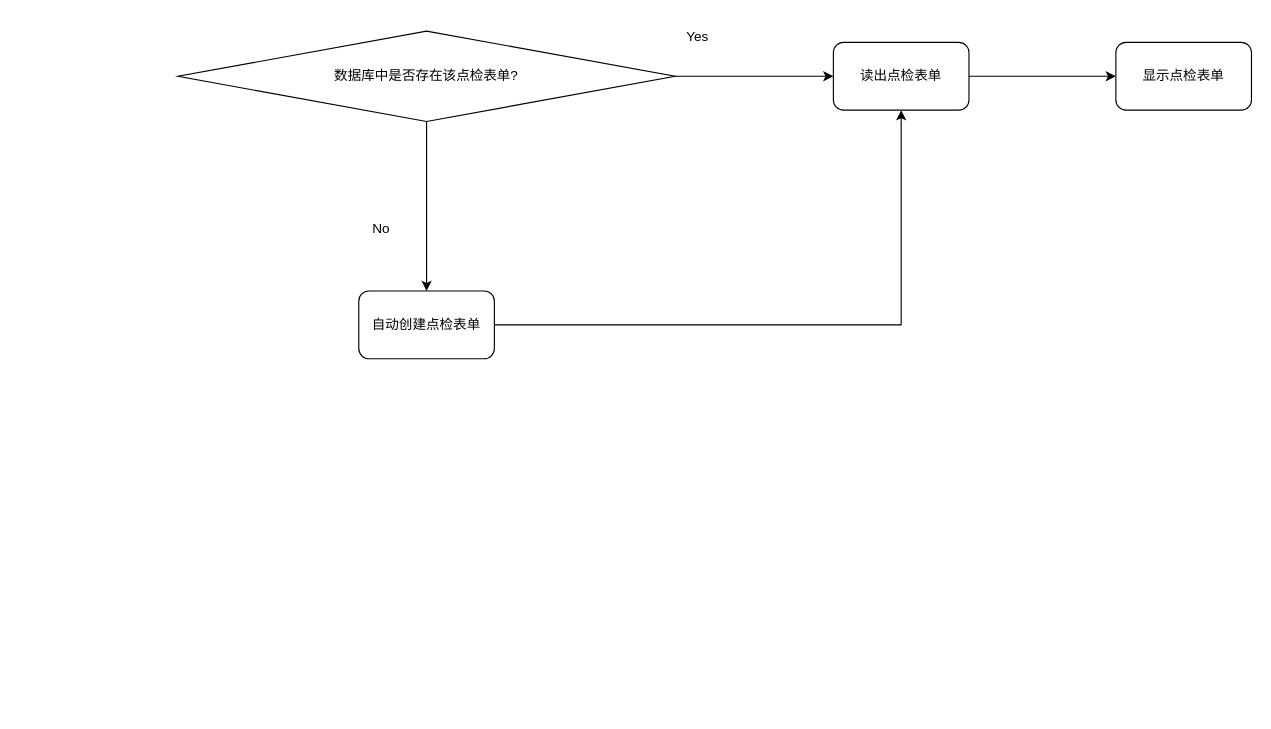
This is 测试站点检系统.drawio from JackGeminiKu/Diagrams, a draw.io file, before an edit. Source tidied: cells renumbered, new cells numbered last; positions are measured from the earlier drawing's top-left corner, leaving out a move shared by most shapes. Both pictures are drawn from the tidied source at 113%, with x=0, y=0 at pixel (177, 19).
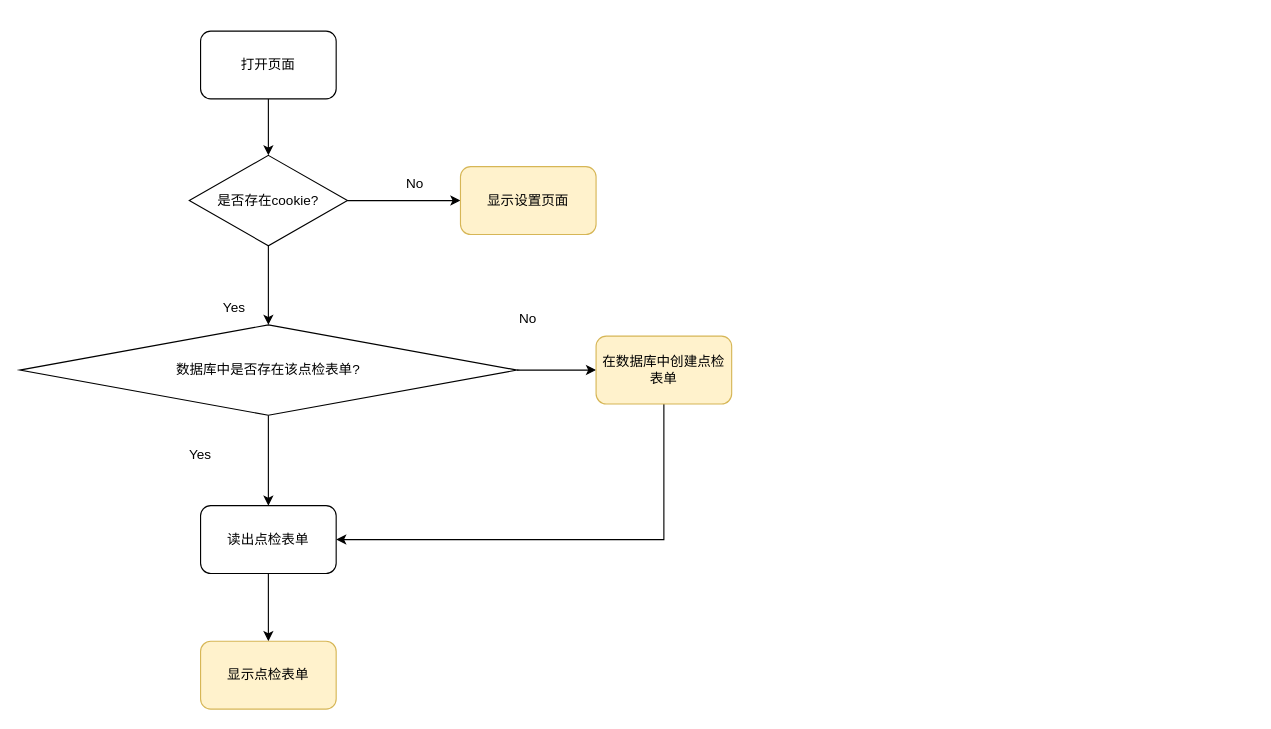
The same diagram, later.

Commit message:
Update 测试站点检系统.drawio

Change to the diagram source:
```diff
@@
+    <mxCell id="3" style="edgeStyle=orthogonalEdgeStyle;rounded=0;jettySize=auto;html=1;" parent="1" edge="1" source="4" target="8">
+      <mxGeometry relative="1" as="geometry" />
+    </mxCell>
-    <mxCell id="2" style="edgeStyle=orthogonalEdgeStyle;rounded=0;jettySize=auto;html=1;" parent="1" edge="1" source="4" target="6">
+    <mxCell id="2" style="edgeStyle=orthogonalEdgeStyle;rounded=0;jettySize=auto;html=1;entryX=0;entryY=0.5;entryDx=0;entryDy=0;" parent="1" edge="1" source="4" target="6">
       <mxGeometry relative="1" as="geometry" />
     </mxCell>
-    <mxCell id="3" style="edgeStyle=orthogonalEdgeStyle;rounded=0;jettySize=auto;html=1;" parent="1" edge="1" source="4" target="8">
-      <mxGeometry relative="1" as="geometry" />
-    </mxCell>
     <mxCell id="4" value="数据库中是否存在该点检表单?" style="rhombus;whiteSpace=wrap;html=1;" parent="1" vertex="1">
-      <mxGeometry y="10" width="440" height="80" as="geometry" />
+      <mxGeometry x="-140" y="270" width="440" height="80" as="geometry" />
     </mxCell>
-    <mxCell id="5" style="edgeStyle=orthogonalEdgeStyle;rounded=0;jettySize=auto;html=1;entryX=0.5;entryY=1;entryDx=0;entryDy=0;" parent="1" edge="1" source="6" target="8">
-      <mxGeometry relative="1" as="geometry" />
+    <mxCell id="5" style="edgeStyle=orthogonalEdgeStyle;rounded=0;jettySize=auto;html=1;entryX=1;entryY=0.5;entryDx=0;entryDy=0;" parent="1" edge="1" source="6" target="8">
+      <mxGeometry relative="1" as="geometry">
+        <Array as="points">
+          <mxPoint x="430" y="460" />
+        </Array>
+      </mxGeometry>
     </mxCell>
-    <mxCell id="6" value="自动创建点检表单" style="rounded=1;whiteSpace=wrap;html=1;" parent="1" vertex="1">
-      <mxGeometry x="160" y="240" width="120" height="60" as="geometry" />
+    <mxCell id="6" value="在数据库中创建点检表单" style="rounded=1;whiteSpace=wrap;html=1;fillColor=#fff2cc;strokeColor=#d6b656;" parent="1" vertex="1">
+      <mxGeometry x="370" y="280" width="120" height="60" as="geometry" />
     </mxCell>
-    <mxCell id="7" style="edgeStyle=orthogonalEdgeStyle;rounded=0;jettySize=auto;html=1;entryX=0;entryY=0.5;entryDx=0;entryDy=0;" parent="1" edge="1" source="8" target="11">
+    <mxCell id="7" style="edgeStyle=orthogonalEdgeStyle;rounded=0;jettySize=auto;html=1;entryX=0.5;entryY=0;entryDx=0;entryDy=0;" parent="1" edge="1" source="8" target="11">
       <mxGeometry relative="1" as="geometry" />
     </mxCell>
     <mxCell id="8" value="读出点检表单" style="rounded=1;whiteSpace=wrap;html=1;" parent="1" vertex="1">
-      <mxGeometry x="580" y="20" width="120" height="60" as="geometry" />
+      <mxGeometry x="20" y="430" width="120" height="60" as="geometry" />
     </mxCell>
     <mxCell id="9" value="No" style="text;html=1;strokeColor=none;fillColor=none;align=center;verticalAlign=middle;whiteSpace=wrap;rounded=0;" parent="1" vertex="1">
-      <mxGeometry x="150" y="170" width="60" height="30" as="geometry" />
+      <mxGeometry x="280" y="250" width="60" height="30" as="geometry" />
     </mxCell>
     <mxCell id="10" value="Yes" style="text;html=1;strokeColor=none;fillColor=none;align=center;verticalAlign=middle;whiteSpace=wrap;rounded=0;" parent="1" vertex="1">
-      <mxGeometry x="430" width="60" height="30" as="geometry" />
+      <mxGeometry x="-10" y="370" width="60" height="30" as="geometry" />
     </mxCell>
-    <mxCell id="11" value="显示点检表单" style="rounded=1;whiteSpace=wrap;html=1;" parent="1" vertex="1">
-      <mxGeometry x="830" y="20" width="120" height="60" as="geometry" />
+    <mxCell id="11" value="显示点检表单" style="rounded=1;whiteSpace=wrap;html=1;fillColor=#fff2cc;strokeColor=#d6b656;" parent="1" vertex="1">
+      <mxGeometry x="20" y="550" width="120" height="60" as="geometry" />
     </mxCell>
+    <mxCell id="12" style="edgeStyle=orthogonalEdgeStyle;rounded=0;jettySize=auto;html=1;entryX=0.5;entryY=0;entryDx=0;entryDy=0;" parent="1" edge="1" source="13" target="16">
+      <mxGeometry relative="1" as="geometry" />
+    </mxCell>
+    <mxCell id="13" value="打开页面" style="rounded=1;whiteSpace=wrap;html=1;" parent="1" vertex="1">
+      <mxGeometry x="20" y="10" width="120" height="60" as="geometry" />
+    </mxCell>
+    <mxCell id="14" style="edgeStyle=orthogonalEdgeStyle;rounded=0;jettySize=auto;html=1;entryX=0.5;entryY=0;entryDx=0;entryDy=0;" parent="1" edge="1" source="16" target="4">
+      <mxGeometry relative="1" as="geometry" />
+    </mxCell>
+    <mxCell id="15" style="edgeStyle=orthogonalEdgeStyle;rounded=0;jettySize=auto;html=1;" parent="1" edge="1" source="16" target="19">
+      <mxGeometry relative="1" as="geometry" />
+    </mxCell>
+    <mxCell id="16" value="是否存在cookie?" style="rhombus;whiteSpace=wrap;html=1;" parent="1" vertex="1">
+      <mxGeometry x="10" y="120" width="140" height="80" as="geometry" />
+    </mxCell>
+    <mxCell id="17" value="Yes" style="text;html=1;strokeColor=none;fillColor=none;align=center;verticalAlign=middle;whiteSpace=wrap;rounded=0;" parent="1" vertex="1">
+      <mxGeometry x="20" y="240" width="60" height="30" as="geometry" />
+    </mxCell>
+    <mxCell id="18" value="No" style="text;html=1;strokeColor=none;fillColor=none;align=center;verticalAlign=middle;whiteSpace=wrap;rounded=0;" parent="1" vertex="1">
+      <mxGeometry x="180" y="130" width="60" height="30" as="geometry" />
+    </mxCell>
+    <mxCell id="19" value="显示设置页面" style="rounded=1;whiteSpace=wrap;html=1;fillColor=#fff2cc;strokeColor=#d6b656;" parent="1" vertex="1">
+      <mxGeometry x="250" y="130" width="120" height="60" as="geometry" />
+    </mxCell>
```
